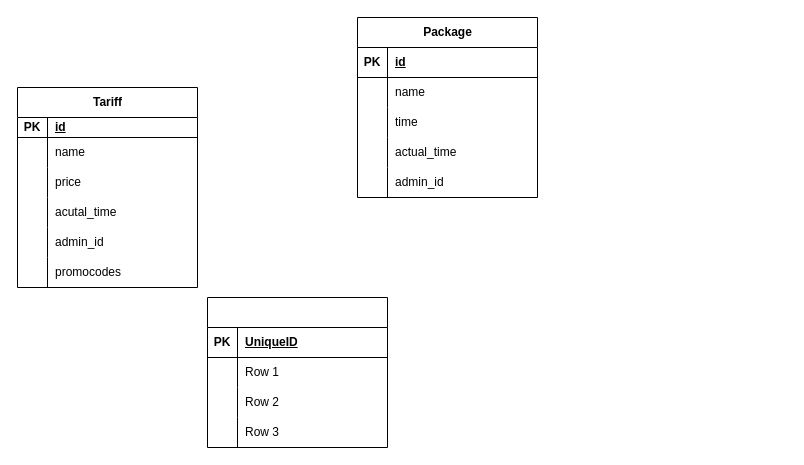
This is Диаграмма без названия.drawio from Asliddin3/api-gateway, a draw.io file, before an edit. Source tidied: cells renumbered, new cells numbered last; positions are measured from the earlier drawing's top-left corner, leaving out a move shared by most shapes. Both pictures are drawn from the tidied source at 100%, with x=0, y=0 at pixel (17, 17).
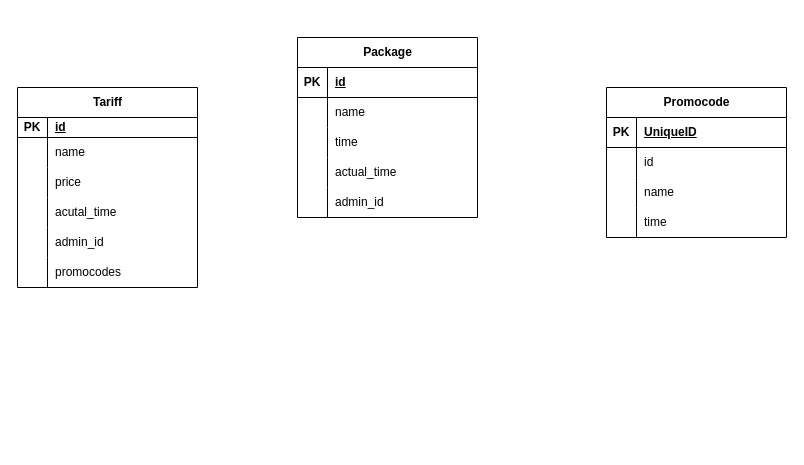
The same page after the edit.

Unchanged cells that the change refers to:
```xml
<mxCell id="41" style="shape=tableRow;horizontal=0;startSize=0;swimlaneHead=0;swimlaneBody=0;fillColor=none;top=0;left=0;right=0;bottom=0;" parent="37" vertex="1">
  <mxGeometry y="60" width="180" height="30" as="geometry" />
</mxCell>
<mxCell id="44" style="shape=tableRow;horizontal=0;startSize=0;swimlaneHead=0;swimlaneBody=0;fillColor=none;top=0;left=0;right=0;bottom=0;" parent="37" vertex="1">
  <mxGeometry y="90" width="180" height="30" as="geometry" />
</mxCell>
<mxCell id="47" style="shape=tableRow;horizontal=0;startSize=0;swimlaneHead=0;swimlaneBody=0;fillColor=none;top=0;left=0;right=0;bottom=0;" parent="37" vertex="1">
  <mxGeometry y="120" width="180" height="30" as="geometry" />
</mxCell>
```

What changed in the source:
```diff
@@
     <mxCell id="21" value="Package" style="shape=table;startSize=30;childLayout=tableLayout;rowLines=0;fontStyle=1;align=center;html=1;" parent="1" vertex="1">
-      <mxGeometry x="340" width="180" height="180" as="geometry" />
+      <mxGeometry x="280" y="20" width="180" height="180" as="geometry" />
     </mxCell>
@@
-    <mxCell id="37" style="shape=table;startSize=30;childLayout=tableLayout;rowLines=0;fontStyle=1;align=center;html=1;" parent="1" vertex="1">
-      <mxGeometry x="190" y="280" width="180" height="150" as="geometry" />
+    <mxCell id="37" value="Promocode" style="shape=table;startSize=30;childLayout=tableLayout;rowLines=0;fontStyle=1;align=center;html=1;" parent="1" vertex="1">
+      <mxGeometry x="589" y="70" width="180" height="150" as="geometry" />
     </mxCell>
@@
-    <mxCell id="43" value="Row 1" style="shape=partialRectangle;fillColor=none;top=0;left=0;bottom=0;right=0;align=left;spacingLeft=6;overflow=hidden;whiteSpace=wrap;html=1;" parent="41" vertex="1">
+    <mxCell id="43" value="id" style="shape=partialRectangle;fillColor=none;top=0;left=0;bottom=0;right=0;align=left;spacingLeft=6;overflow=hidden;whiteSpace=wrap;html=1;" parent="41" vertex="1">
       <mxGeometry x="30" width="150" height="30" as="geometry" />
     </mxCell>
@@
-    <mxCell id="46" value="Row 2" style="shape=partialRectangle;fillColor=none;top=0;left=0;bottom=0;right=0;align=left;spacingLeft=6;overflow=hidden;whiteSpace=wrap;html=1;" parent="44" vertex="1">
+    <mxCell id="46" value="name" style="shape=partialRectangle;fillColor=none;top=0;left=0;bottom=0;right=0;align=left;spacingLeft=6;overflow=hidden;whiteSpace=wrap;html=1;" parent="44" vertex="1">
       <mxGeometry x="30" width="150" height="30" as="geometry" />
     </mxCell>
@@
-    <mxCell id="49" value="Row 3" style="shape=partialRectangle;fillColor=none;top=0;left=0;bottom=0;right=0;align=left;spacingLeft=6;overflow=hidden;whiteSpace=wrap;html=1;" parent="47" vertex="1">
+    <mxCell id="49" value="time" style="shape=partialRectangle;fillColor=none;top=0;left=0;bottom=0;right=0;align=left;spacingLeft=6;overflow=hidden;whiteSpace=wrap;html=1;" parent="47" vertex="1">
       <mxGeometry x="30" width="150" height="30" as="geometry" />
     </mxCell>
```
